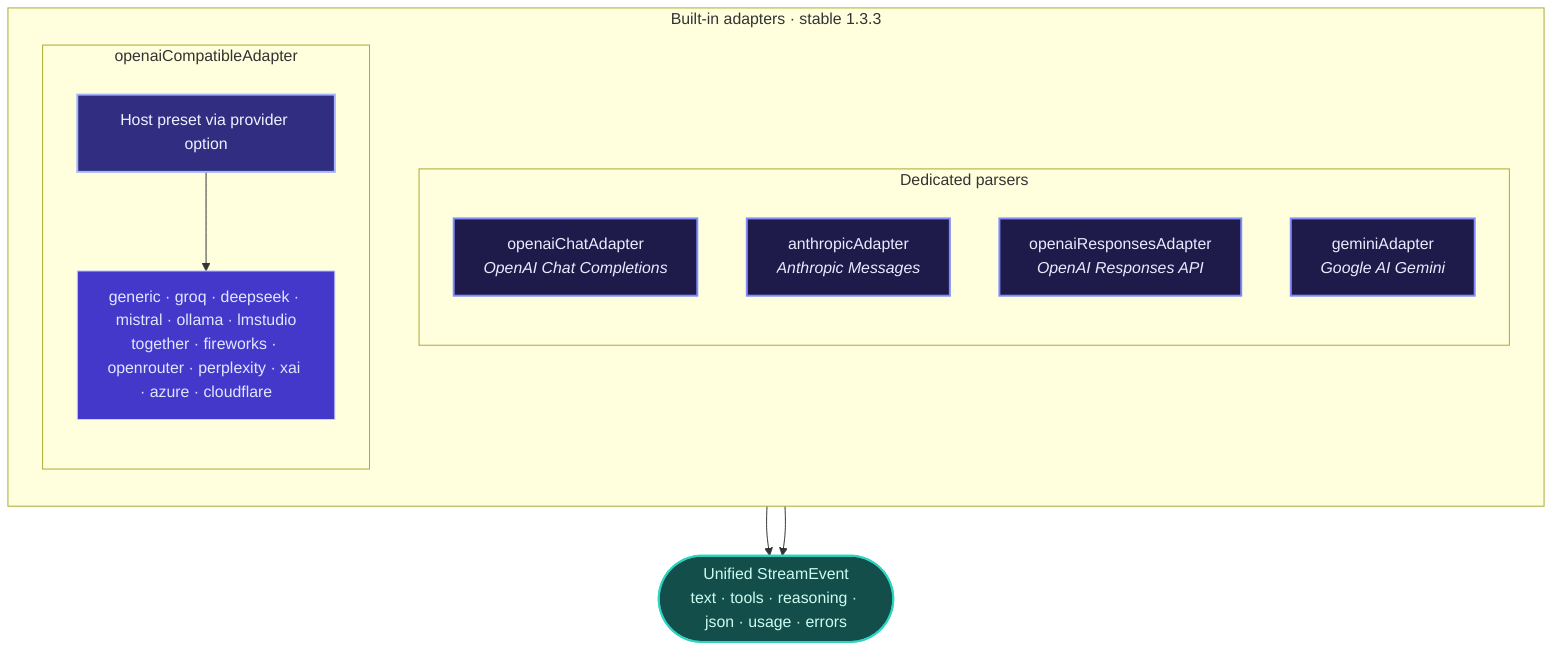
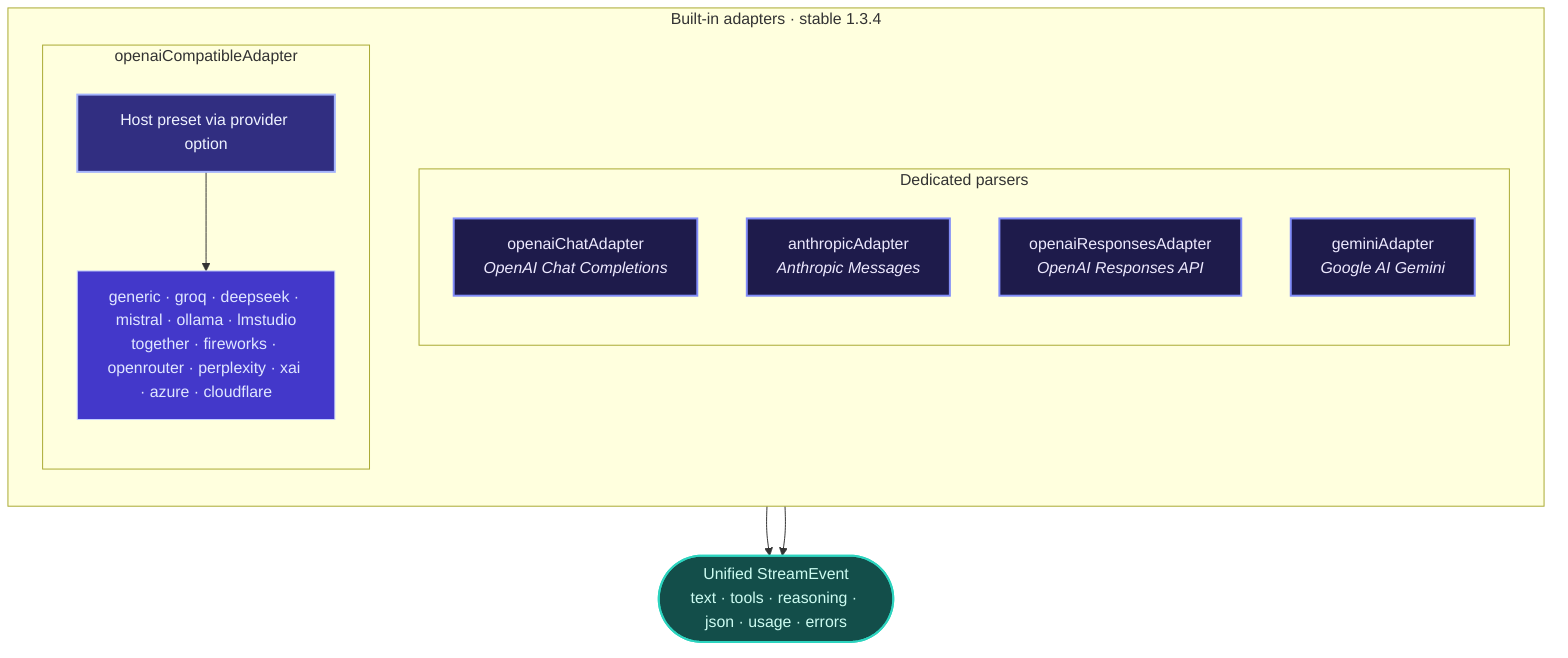
flowchart TB
- 	subgraph BUILTIN["Built-in adapters · stable 1.3.3"]
+ 	subgraph BUILTIN["Built-in adapters · stable 1.3.4"]
		direction TB

		subgraph DEDICATED["Dedicated parsers"]
			direction TB
			AC["openaiChatAdapter<br/><i>OpenAI Chat Completions</i>"]
			AA["anthropicAdapter<br/><i>Anthropic Messages</i>"]
			AR["openaiResponsesAdapter<br/><i>OpenAI Responses API</i>"]
			AG["geminiAdapter<br/><i>Google AI Gemini</i>"]
		end

		subgraph COMPAT["openaiCompatibleAdapter"]
			direction TB
			AO["Host preset via provider option"]
			PRESETS["generic · groq · deepseek · mistral · ollama · lmstudio<br/>together · fireworks · openrouter · perplexity · xai · azure · cloudflare"]
			AO --> PRESETS
		end
	end

	UNIFIED(["Unified StreamEvent<br/>text · tools · reasoning · json · usage · errors"])

	DEDICATED --> UNIFIED
	COMPAT --> UNIFIED

	classDef dedicated fill:#1e1b4b,stroke:#818cf8,stroke-width:2px,color:#ede9fe
	classDef compat fill:#312e81,stroke:#a5b4fc,stroke-width:2px,color:#eef2ff
	classDef presets fill:#4338ca,stroke:#c7d2fe,stroke-width:1px,color:#e0e7ff
	classDef out fill:#134e4a,stroke:#2dd4bf,stroke-width:2px,color:#ccfbf1

	class AC,AA,AR,AG dedicated
	class AO compat
	class PRESETS presets
	class UNIFIED out
